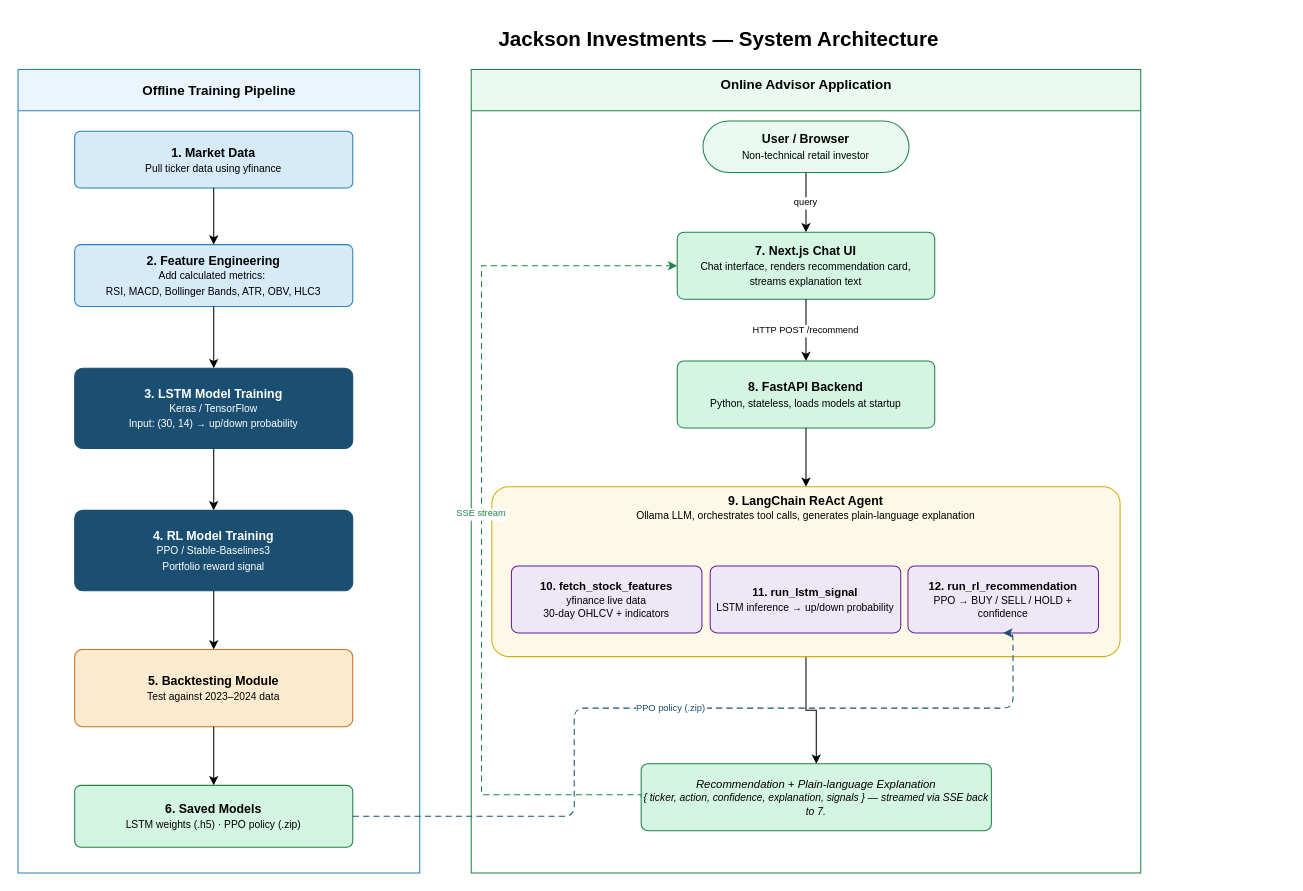
Before: docs/diagrams/system-architecture.drawio in iamdavidjackson/financial-bot, a draw.io diagram. Source tidied: cells renumbered, new cells numbered last; positions are measured from the earlier drawing's top-left corner, leaving out a move shared by most shapes. Both pictures are drawn from the tidied source at 103%, with x=0, y=0 at pixel (18, 18).
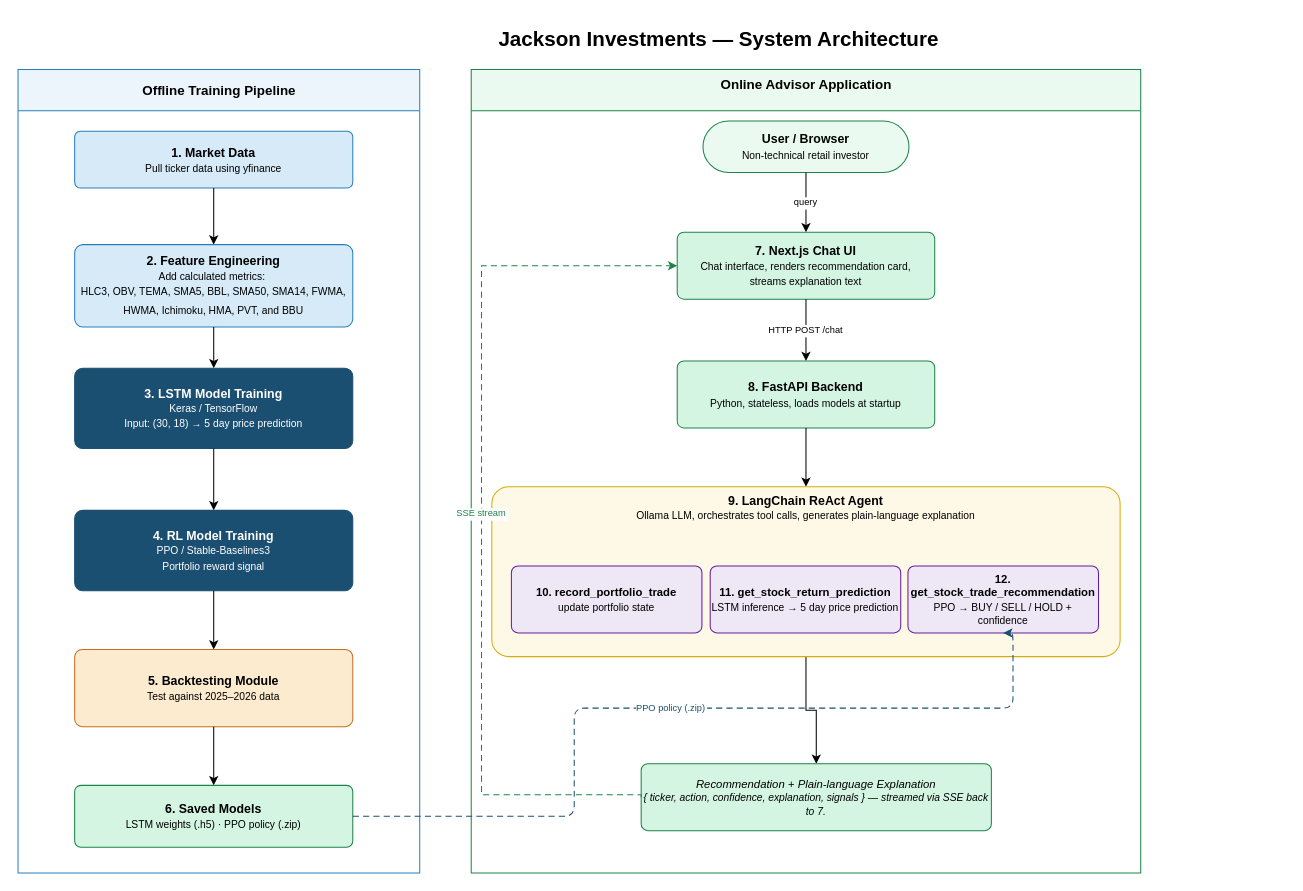
After the change.

Commit message (it also covers changes not shown here):
update system architecture diagram

Unchanged cells that the change refers to:
```xml
<mxCell id="3" value="Offline Training Pipeline" style="swimlane;html=1;fillColor=#EBF5FB;strokeColor=#2980B9;fontSize=13;fontStyle=1;startSize=40;arcSize=3;swimlaneLine=1;" parent="1" vertex="1">
  <mxGeometry y="50" width="390" height="780" as="geometry" />
</mxCell>
<mxCell id="15" value="Online Advisor Application" style="swimlane;html=1;fillColor=#EAFAF1;strokeColor=#1E8449;fontSize=13;fontStyle=1;startSize=40;arcSize=3;swimlaneLine=1;verticalAlign=top;" parent="1" vertex="1">
  <mxGeometry x="440" y="50" width="650" height="780" as="geometry" />
</mxCell>
<mxCell id="18" value="&lt;b&gt;7. Next.js Chat UI&lt;/b&gt;&lt;br&gt;&lt;font style=&quot;font-size:10px&quot;&gt;Chat interface, renders recommendation card,&lt;/font&gt;&lt;div&gt;&lt;font style=&quot;font-size:10px&quot;&gt;streams explanation text&lt;/font&gt;&lt;/div&gt;" style="rounded=1;whiteSpace=wrap;html=1;fillColor=#D5F5E3;strokeColor=#1E8449;fontSize=12;arcSize=10;" parent="15" vertex="1">
  <mxGeometry x="200" y="158" width="250" height="65" as="geometry" />
</mxCell>
<mxCell id="20" value="&lt;b&gt;8. FastAPI Backend&lt;/b&gt;&lt;br&gt;&lt;font style=&quot;font-size:10px&quot;&gt;Python, stateless, loads models at startup&lt;/font&gt;" style="rounded=1;whiteSpace=wrap;html=1;fillColor=#D5F5E3;strokeColor=#1E8449;fontSize=12;arcSize=10;" parent="15" vertex="1">
  <mxGeometry x="200" y="283" width="250" height="65" as="geometry" />
</mxCell>
```

What changed in the source:
```diff
@@
-    <mxCell id="6" value="&lt;b&gt;2. Feature Engineering&lt;/b&gt;&lt;br&gt;&lt;font style=&quot;font-size:10px&quot;&gt;Add calculated metrics:&amp;nbsp;&lt;/font&gt;&lt;div&gt;&lt;font style=&quot;font-size:10px&quot;&gt;RSI, MACD, Bollinger Bands, ATR, OBV, HLC3&lt;/font&gt;&lt;/div&gt;" style="rounded=1;whiteSpace=wrap;html=1;fillColor=#D6EAF8;strokeColor=#2980B9;fontSize=12;arcSize=10;" parent="3" vertex="1">
-      <mxGeometry x="55" y="170" width="270" height="60" as="geometry" />
+    <mxCell id="6" value="&lt;b&gt;2. Feature Engineering&lt;/b&gt;&lt;br&gt;&lt;font style=&quot;font-size:10px&quot;&gt;Add calculated metrics:&amp;nbsp;&lt;/font&gt;&lt;div&gt;&lt;span style=&quot;text-align: start;&quot;&gt;&lt;font style=&quot;font-size: 10px;&quot; face=&quot;Helvetica&quot;&gt;HLC3, OBV, TEMA, SMA5, BBL, SMA50, SMA14, FWMA, HWMA, Ichimoku, HMA, PVT, and BBU&lt;/font&gt;&lt;/span&gt;&lt;span style=&quot;font-size: medium; text-align: start;&quot;&gt;&lt;/span&gt;&lt;/div&gt;" style="rounded=1;whiteSpace=wrap;html=1;fillColor=#D6EAF8;strokeColor=#2980B9;fontSize=12;arcSize=10;" parent="3" vertex="1">
+      <mxGeometry x="55" y="170" width="270" height="80" as="geometry" />
     </mxCell>
@@
-    <mxCell id="8" value="&lt;b&gt;3. LSTM Model Training&lt;/b&gt;&lt;br&gt;&lt;font style=&quot;font-size:10px&quot;&gt;Keras / TensorFlow&lt;br&gt;Input: (30, 14) → up/down probability&lt;/font&gt;" style="rounded=1;whiteSpace=wrap;html=1;fillColor=#1B4F72;strokeColor=#1B4F72;fontColor=#FFFFFF;fontSize=12;arcSize=10;" parent="3" vertex="1">
+    <mxCell id="8" value="&lt;b&gt;3. LSTM Model Training&lt;/b&gt;&lt;br&gt;&lt;font style=&quot;font-size:10px&quot;&gt;Keras / TensorFlow&lt;br&gt;Input: (30, 18) → 5 day price prediction&lt;/font&gt;" style="rounded=1;whiteSpace=wrap;html=1;fillColor=#1B4F72;strokeColor=#1B4F72;fontColor=#FFFFFF;fontSize=12;arcSize=10;" parent="3" vertex="1">
       <mxGeometry x="55" y="290" width="270" height="78" as="geometry" />
     </mxCell>
@@
-    <mxCell id="12" value="&lt;b&gt;5. Backtesting Module&lt;/b&gt;&lt;br&gt;&lt;font style=&quot;font-size:10px&quot;&gt;Test against 2023–2024 data&lt;/font&gt;" style="rounded=1;whiteSpace=wrap;html=1;fillColor=#FDEBD0;strokeColor=#CA6F1E;fontSize=12;arcSize=10;" parent="3" vertex="1">
+    <mxCell id="12" value="&lt;b&gt;5. Backtesting Module&lt;/b&gt;&lt;br&gt;&lt;font style=&quot;font-size:10px&quot;&gt;Test against 2025–2026 data&lt;/font&gt;" style="rounded=1;whiteSpace=wrap;html=1;fillColor=#FDEBD0;strokeColor=#CA6F1E;fontSize=12;arcSize=10;" parent="3" vertex="1">
       <mxGeometry x="55" y="563" width="270" height="75" as="geometry" />
     </mxCell>
@@
-    <mxCell id="19" value="HTTP POST /recommend" style="edgeStyle=orthogonalEdgeStyle;fontSize=9;" parent="15" edge="1" source="18" target="20">
+    <mxCell id="19" value="HTTP POST /chat" style="edgeStyle=orthogonalEdgeStyle;fontSize=9;" parent="15" edge="1" source="18" target="20">
       <mxGeometry relative="1" as="geometry" />
     </mxCell>
@@
-    <mxCell id="24" value="&lt;b&gt;10. fetch_stock_features&lt;/b&gt;&lt;br&gt;&lt;font style=&quot;font-size:10px&quot;&gt;yfinance live data&lt;/font&gt;&lt;div&gt;&lt;font style=&quot;font-size:10px&quot;&gt;30-day OHLCV + indicators&lt;/font&gt;&lt;/div&gt;" style="rounded=1;whiteSpace=wrap;html=1;fillColor=#EDE7F6;strokeColor=#6A1B9A;fontSize=11;arcSize=10;" parent="15" vertex="1">
+    <mxCell id="24" value="&lt;b&gt;10. record_portfolio_trade&lt;/b&gt;&lt;br&gt;&lt;span style=&quot;font-size: 10px;&quot;&gt;update portfolio state&lt;/span&gt;" style="rounded=1;whiteSpace=wrap;html=1;fillColor=#EDE7F6;strokeColor=#6A1B9A;fontSize=11;arcSize=10;" parent="15" vertex="1">
       <mxGeometry x="39" y="482" width="185" height="65" as="geometry" />
     </mxCell>
-    <mxCell id="25" value="&lt;b&gt;11. run_lstm_signal&lt;/b&gt;&lt;br&gt;&lt;font style=&quot;font-size:10px&quot;&gt;LSTM inference → up/down probability&lt;/font&gt;" style="rounded=1;whiteSpace=wrap;html=1;fillColor=#EDE7F6;strokeColor=#6A1B9A;fontSize=11;arcSize=10;" parent="15" vertex="1">
+    <mxCell id="25" value="&lt;b&gt;11. get_stock_return_prediction&lt;/b&gt;&lt;br&gt;&lt;font style=&quot;font-size:10px&quot;&gt;LSTM inference → 5 day price prediction&lt;/font&gt;" style="rounded=1;whiteSpace=wrap;html=1;fillColor=#EDE7F6;strokeColor=#6A1B9A;fontSize=11;arcSize=10;" parent="15" vertex="1">
       <mxGeometry x="232" y="482" width="185" height="65" as="geometry" />
     </mxCell>
-    <mxCell id="26" value="&lt;b&gt;12. run_rl_recommendation&lt;/b&gt;&lt;br&gt;&lt;font style=&quot;font-size:10px&quot;&gt;PPO → BUY / SELL / HOLD + confidence&lt;/font&gt;" style="rounded=1;whiteSpace=wrap;html=1;fillColor=#EDE7F6;strokeColor=#6A1B9A;fontSize=11;arcSize=10;" parent="15" vertex="1">
+    <mxCell id="26" value="&lt;b&gt;12. get_stock_trade_recommendation&lt;/b&gt;&lt;br&gt;&lt;font style=&quot;font-size:10px&quot;&gt;PPO → BUY / SELL / HOLD + confidence&lt;/font&gt;" style="rounded=1;whiteSpace=wrap;html=1;fillColor=#EDE7F6;strokeColor=#6A1B9A;fontSize=11;arcSize=10;" parent="15" vertex="1">
       <mxGeometry x="424" y="482" width="185" height="65" as="geometry" />
     </mxCell>
```
